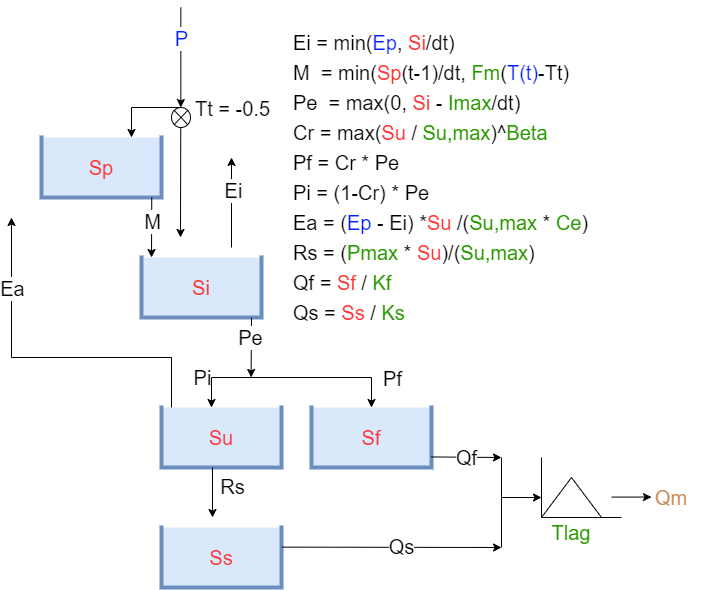
The draw.io diagram docs/_images/model_layout.png in Daafip/ewatercycle-hbv, before a commit. Source tidied: cells renumbered, new cells last; positions are measured from the earlier drawing's top-left corner, leaving out a move shared by most shapes.
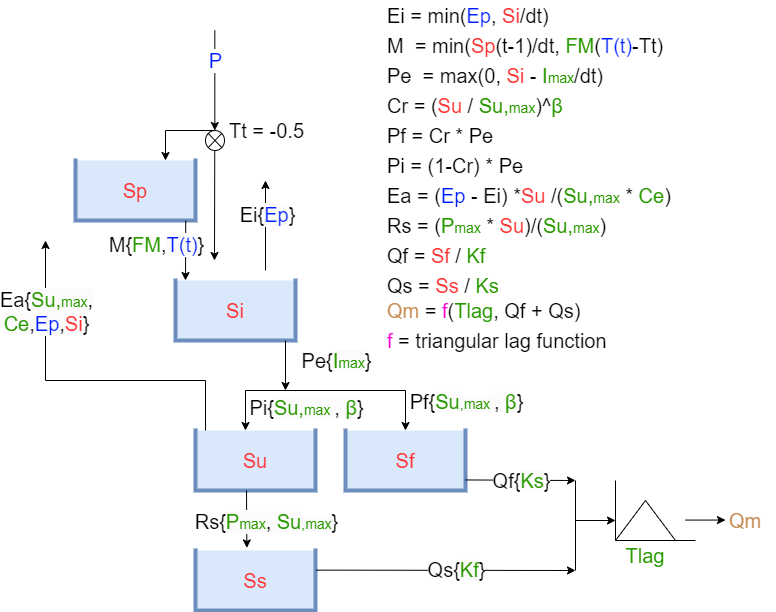
Later version of the same file.

Commit message:
updating model image in docs, typo

What changed in the source:
```diff
@@ -5,16 +5,16 @@
     <mxCell id="2" value="Si" style="shape=partialRectangle;whiteSpace=wrap;html=1;bottom=1;right=1;left=1;top=0;fillColor=#dae8fc;routingCenterX=-0.5;strokeColor=#6c8ebf;strokeWidth=4;fontSize=20;fontColor=#FF3333;" parent="1" vertex="1">
-      <mxGeometry x="130" y="250" width="120" height="60" as="geometry" />
+      <mxGeometry x="70" y="300" width="120" height="60" as="geometry" />
     </mxCell>
     <mxCell id="3" value="Su" style="shape=partialRectangle;whiteSpace=wrap;html=1;bottom=1;right=1;left=1;top=0;fillColor=#dae8fc;routingCenterX=-0.5;strokeColor=#6c8ebf;strokeWidth=4;fontSize=20;fontColor=#FF3333;" parent="1" vertex="1">
-      <mxGeometry x="150" y="400" width="120" height="60" as="geometry" />
+      <mxGeometry x="90" y="450" width="120" height="60" as="geometry" />
     </mxCell>
-    <mxCell id="4" style="endArrow=classic;html=1;rounded=0;entryX=0.585;entryY=-0.001;entryDx=0;entryDy=0;entryPerimeter=0;fontSize=20;" parent="1" edge="1">
+    <mxCell id="4" style="endArrow=classic;html=1;rounded=0;fontSize=20;" parent="1" edge="1">
       <mxGeometry relative="1" as="geometry">
-        <mxPoint x="240" y="310" as="sourcePoint" />
-        <mxPoint x="239.6" y="369.9" as="targetPoint" />
+        <mxPoint x="180" y="360" as="sourcePoint" />
+        <mxPoint x="180" y="410" as="targetPoint" />
       </mxGeometry>
     </mxCell>
-    <mxCell id="5" value="Pe" style="edgeLabel;html=1;align=center;verticalAlign=middle;fontSize=20;" parent="4" vertex="1">
+    <mxCell id="5" value="Pe{&lt;span style=&quot;color: rgb(41, 153, 0); text-align: left; text-wrap: wrap; background-color: rgb(251, 251, 251);&quot;&gt;I&lt;font style=&quot;font-size: 14px;&quot;&gt;max&lt;/font&gt;&lt;/span&gt;}" style="edgeLabel;html=1;align=center;verticalAlign=middle;fontSize=20;" parent="4" vertex="1">
       <mxGeometry x="-0.14" y="-1" relative="1" as="geometry">
-        <mxPoint y="-6" as="offset" />
+        <mxPoint x="51" y="-2" as="offset" />
       </mxGeometry>
@@ -22,19 +22,18 @@
     <mxCell id="6" value="&lt;font color=&quot;#ff3333&quot;&gt;Sp&lt;/font&gt;" style="shape=partialRectangle;whiteSpace=wrap;html=1;bottom=1;right=1;left=1;top=0;fillColor=#dae8fc;routingCenterX=-0.5;strokeColor=#6c8ebf;strokeWidth=4;fontSize=20;" parent="1" vertex="1">
-      <mxGeometry x="30" y="130" width="120" height="60" as="geometry" />
+      <mxGeometry x="-30" y="180" width="120" height="60" as="geometry" />
     </mxCell>
     <mxCell id="7" value="Sf" style="shape=partialRectangle;whiteSpace=wrap;html=1;bottom=1;right=1;left=1;top=0;fillColor=#dae8fc;routingCenterX=-0.5;strokeColor=#6c8ebf;strokeWidth=4;fontSize=20;fontColor=#FF3333;" parent="1" vertex="1">
-      <mxGeometry x="300" y="400" width="120" height="60" as="geometry" />
+      <mxGeometry x="240" y="450" width="120" height="60" as="geometry" />
     </mxCell>
     <mxCell id="8" value="Ss" style="shape=partialRectangle;whiteSpace=wrap;html=1;bottom=1;right=1;left=1;top=0;fillColor=#dae8fc;routingCenterX=-0.5;strokeColor=#6c8ebf;strokeWidth=4;fontSize=20;fontColor=#FF3333;" parent="1" vertex="1">
-      <mxGeometry x="150" y="520" width="120" height="60" as="geometry" />
+      <mxGeometry x="90" y="570" width="120" height="60" as="geometry" />
     </mxCell>
-    <mxCell id="9" style="endArrow=classic;html=1;rounded=0;fontSize=20;" parent="1" edge="1">
+    <mxCell id="9" style="endArrow=classic;html=1;rounded=0;fontSize=20;entryX=0.428;entryY=-0.043;entryDx=0;entryDy=0;entryPerimeter=0;" parent="1" edge="1" target="8">
       <mxGeometry relative="1" as="geometry">
-        <mxPoint x="201" y="460" as="sourcePoint" />
-        <mxPoint x="201" y="510" as="targetPoint" />
+        <mxPoint x="141" y="510" as="sourcePoint" />
       </mxGeometry>
     </mxCell>
-    <mxCell id="10" value="Rs" style="edgeLabel;html=1;align=center;verticalAlign=middle;fontSize=20;" parent="9" vertex="1">
+    <mxCell id="10" value="Rs{&lt;span style=&quot;color: rgb(41, 153, 0); text-align: left; text-wrap: wrap; background-color: rgb(251, 251, 251);&quot;&gt;&lt;font style=&quot;font-size: 20px;&quot;&gt;P&lt;/font&gt;&lt;font style=&quot;font-size: 14px;&quot;&gt;max&lt;/font&gt;&lt;/span&gt;&lt;span style=&quot;text-align: left; text-wrap: wrap; background-color: rgb(251, 251, 251);&quot;&gt;,&amp;nbsp;&lt;/span&gt;&lt;span style=&quot;color: rgb(41, 153, 0); text-align: left; text-wrap: wrap; background-color: rgb(251, 251, 251);&quot;&gt;&lt;font style=&quot;font-size: 20px;&quot;&gt;Su&lt;/font&gt;&lt;/span&gt;&lt;span style=&quot;color: rgb(41, 153, 0); text-align: left; text-wrap: wrap; background-color: rgb(251, 251, 251); font-size: 14px;&quot;&gt;,&lt;font style=&quot;font-size: 14px;&quot;&gt;max&lt;/font&gt;&lt;/span&gt;}" style="edgeLabel;html=1;align=center;verticalAlign=middle;fontSize=20;" parent="9" vertex="1">
       <mxGeometry x="-0.13" y="1" relative="1" as="geometry">
-        <mxPoint x="18" y="-3" as="offset" />
+        <mxPoint x="18" y="5" as="offset" />
       </mxGeometry>
@@ -43,6 +42,6 @@
       <mxGeometry relative="1" as="geometry">
-        <mxPoint x="490" y="540" as="targetPoint" />
+        <mxPoint x="470" y="590" as="targetPoint" />
       </mxGeometry>
     </mxCell>
-    <mxCell id="12" value="Qs" style="edgeLabel;html=1;align=center;verticalAlign=middle;fontSize=20;" parent="11" vertex="1">
+    <mxCell id="12" value="Qs{&lt;span style=&quot;color: rgb(41, 153, 0); text-align: left; text-wrap: wrap; background-color: rgb(251, 251, 251);&quot;&gt;Kf&lt;/span&gt;}" style="edgeLabel;html=1;align=center;verticalAlign=middle;fontSize=20;" parent="11" vertex="1">
       <mxGeometry x="0.08" y="1" relative="1" as="geometry" />
@@ -51,4 +50,4 @@
       <mxGeometry relative="1" as="geometry">
-        <mxPoint x="490" y="540" as="sourcePoint" />
-        <mxPoint x="490" y="450" as="targetPoint" />
+        <mxPoint x="470" y="590" as="sourcePoint" />
+        <mxPoint x="470" y="500" as="targetPoint" />
       </mxGeometry>
@@ -57,6 +56,6 @@
       <mxGeometry relative="1" as="geometry">
-        <mxPoint x="490" y="450" as="targetPoint" />
+        <mxPoint x="470" y="500" as="targetPoint" />
       </mxGeometry>
     </mxCell>
-    <mxCell id="15" value="Qf" style="edgeLabel;html=1;align=center;verticalAlign=middle;fontSize=20;" parent="14" vertex="1">
+    <mxCell id="15" value="Qf{&lt;span style=&quot;color: rgb(41, 153, 0); text-align: left; text-wrap: wrap; background-color: rgb(251, 251, 251);&quot;&gt;Ks&lt;/span&gt;}" style="edgeLabel;html=1;align=center;verticalAlign=middle;fontSize=20;" parent="14" vertex="1">
       <mxGeometry x="0.01" relative="1" as="geometry" />
@@ -65,4 +64,4 @@
       <mxGeometry relative="1" as="geometry">
-        <mxPoint x="490" y="490" as="sourcePoint" />
-        <mxPoint x="530" y="490" as="targetPoint" />
+        <mxPoint x="470" y="540" as="sourcePoint" />
+        <mxPoint x="510" y="540" as="targetPoint" />
       </mxGeometry>
@@ -71,4 +70,4 @@
       <mxGeometry relative="1" as="geometry">
-        <mxPoint x="200" y="370" as="sourcePoint" />
-        <mxPoint x="360" y="370" as="targetPoint" />
+        <mxPoint x="140" y="410" as="sourcePoint" />
+        <mxPoint x="300" y="410" as="targetPoint" />
       </mxGeometry>
@@ -77,8 +76,8 @@
       <mxGeometry relative="1" as="geometry">
-        <mxPoint x="360" y="370" as="sourcePoint" />
+        <mxPoint x="300" y="410" as="sourcePoint" />
       </mxGeometry>
     </mxCell>
-    <mxCell id="19" value="Pf" style="edgeLabel;html=1;align=center;verticalAlign=middle;fontSize=20;" parent="18" vertex="1">
+    <mxCell id="19" value="Pf{&lt;span style=&quot;color: rgb(41, 153, 0); text-align: left; text-wrap: wrap; background-color: rgb(251, 251, 251);&quot;&gt;&lt;font style=&quot;font-size: 20px;&quot;&gt;Su&lt;/font&gt;&lt;/span&gt;&lt;span style=&quot;color: rgb(41, 153, 0); text-align: left; text-wrap: wrap; background-color: rgb(251, 251, 251); font-size: 14px;&quot;&gt;,&lt;font style=&quot;font-size: 14px;&quot;&gt;max&amp;nbsp;&lt;/font&gt;&lt;/span&gt;&lt;span style=&quot;text-align: left; text-wrap: wrap; background-color: rgb(251, 251, 251);&quot;&gt;,&lt;/span&gt;&lt;span style=&quot;color: rgb(41, 153, 0); text-align: left; text-wrap: wrap; background-color: rgb(251, 251, 251);&quot;&gt;&amp;nbsp;&lt;/span&gt;&lt;span style=&quot;color: rgb(41, 153, 0); text-align: left; text-wrap: wrap; background-color: rgb(251, 251, 251);&quot;&gt;β&lt;/span&gt;}" style="edgeLabel;html=1;align=center;verticalAlign=middle;fontSize=20;" parent="18" vertex="1">
       <mxGeometry x="-0.14" y="1" relative="1" as="geometry">
-        <mxPoint x="19" y="-13" as="offset" />
+        <mxPoint x="59" y="-7" as="offset" />
       </mxGeometry>
@@ -87,9 +86,9 @@
       <mxGeometry relative="1" as="geometry">
-        <mxPoint x="200" y="370" as="sourcePoint" />
-        <mxPoint x="200" y="400" as="targetPoint" />
+        <mxPoint x="140" y="410" as="sourcePoint" />
+        <mxPoint x="140" y="450" as="targetPoint" />
       </mxGeometry>
     </mxCell>
-    <mxCell id="21" value="Pi" style="edgeLabel;html=1;align=center;verticalAlign=middle;fontSize=20;" parent="20" vertex="1">
+    <mxCell id="21" value="Pi{&lt;span style=&quot;color: rgb(41, 153, 0); text-align: left; text-wrap: wrap; background-color: rgb(251, 251, 251);&quot;&gt;Su,&lt;font style=&quot;font-size: 14px;&quot;&gt;max&amp;nbsp;&lt;/font&gt;&lt;/span&gt;&lt;span style=&quot;text-align: left; text-wrap: wrap; background-color: rgb(251, 251, 251);&quot;&gt;,&lt;/span&gt;&lt;span style=&quot;color: rgb(41, 153, 0); text-align: left; text-wrap: wrap; background-color: rgb(251, 251, 251);&quot;&gt;&amp;nbsp;&lt;/span&gt;&lt;span style=&quot;color: rgb(41, 153, 0); text-align: left; text-wrap: wrap; background-color: rgb(251, 251, 251);&quot;&gt;β&lt;/span&gt;}" style="edgeLabel;html=1;align=center;verticalAlign=middle;fontSize=20;" parent="20" vertex="1">
       <mxGeometry x="0.17" y="4" relative="1" as="geometry">
-        <mxPoint x="-14" y="-18" as="offset" />
+        <mxPoint x="56" y="-8" as="offset" />
       </mxGeometry>
@@ -98,4 +97,4 @@
       <mxGeometry relative="1" as="geometry">
-        <mxPoint x="530" y="510" as="sourcePoint" />
-        <mxPoint x="530" y="450" as="targetPoint" />
+        <mxPoint x="510" y="560" as="sourcePoint" />
+        <mxPoint x="510" y="500" as="targetPoint" />
       </mxGeometry>
@@ -104,4 +103,4 @@
       <mxGeometry relative="1" as="geometry">
-        <mxPoint x="610" y="510" as="sourcePoint" />
-        <mxPoint x="530" y="510" as="targetPoint" />
+        <mxPoint x="590" y="560" as="sourcePoint" />
+        <mxPoint x="510" y="560" as="targetPoint" />
       </mxGeometry>
@@ -109,3 +108,3 @@
     <mxCell id="24" style="triangle;whiteSpace=wrap;html=1;rotation=-90;fontSize=20;" parent="1" vertex="1">
-      <mxGeometry x="540" y="460" width="40" height="60" as="geometry" />
+      <mxGeometry x="520" y="510" width="40" height="60" as="geometry" />
     </mxCell>
@@ -113,4 +112,4 @@
       <mxGeometry relative="1" as="geometry">
-        <mxPoint x="600" y="489.6" as="sourcePoint" />
-        <mxPoint x="640" y="489.6" as="targetPoint" />
+        <mxPoint x="580" y="539.6" as="sourcePoint" />
+        <mxPoint x="620" y="539.6" as="targetPoint" />
       </mxGeometry>
@@ -118,6 +117,6 @@
     <mxCell id="26" value="Qm" style="text;html=1;align=center;verticalAlign=middle;whiteSpace=wrap;rounded=0;fontSize=20;fontColor=#C78D57;" parent="1" vertex="1">
-      <mxGeometry x="630" y="475" width="60" height="30" as="geometry" />
+      <mxGeometry x="610" y="525" width="60" height="30" as="geometry" />
     </mxCell>
     <mxCell id="27" value="Tlag" style="text;html=1;align=center;verticalAlign=middle;whiteSpace=wrap;rounded=0;fontSize=20;fontColor=#299900;" parent="1" vertex="1">
-      <mxGeometry x="530" y="510" width="60" height="30" as="geometry" />
+      <mxGeometry x="510" y="560" width="60" height="30" as="geometry" />
     </mxCell>
@@ -125,7 +124,7 @@
       <mxGeometry relative="1" as="geometry">
-        <mxPoint x="220" y="240" as="sourcePoint" />
-        <mxPoint x="220" y="150" as="targetPoint" />
+        <mxPoint x="160" y="290" as="sourcePoint" />
+        <mxPoint x="160" y="200" as="targetPoint" />
       </mxGeometry>
     </mxCell>
-    <mxCell id="29" value="Ei" style="edgeLabel;html=1;align=center;verticalAlign=middle;fontSize=20;" parent="28" vertex="1">
+    <mxCell id="29" value="Ei{&lt;span style=&quot;color: rgb(0, 30, 255); text-align: left; text-wrap: wrap; background-color: rgb(251, 251, 251);&quot;&gt;Ep&lt;/span&gt;}" style="edgeLabel;html=1;align=center;verticalAlign=middle;fontSize=20;" parent="28" vertex="1">
       <mxGeometry x="-0.37" y="-1" relative="1" as="geometry">
@@ -136,4 +135,4 @@
       <mxGeometry relative="1" as="geometry">
-        <mxPoint x="169.3" as="sourcePoint" />
-        <mxPoint x="169.3" y="100" as="targetPoint" />
+        <mxPoint x="109.3" y="50" as="sourcePoint" />
+        <mxPoint x="109.3" y="150" as="targetPoint" />
       </mxGeometry>
@@ -152,4 +151,4 @@
       <mxGeometry relative="1" as="geometry">
-        <mxPoint x="169.2" y="120" as="sourcePoint" />
-        <mxPoint x="169" y="230" as="targetPoint" />
+        <mxPoint x="109.2" y="170" as="sourcePoint" />
+        <mxPoint x="109" y="280" as="targetPoint" />
       </mxGeometry>
@@ -157,3 +156,3 @@
     <mxCell id="34" style="verticalLabelPosition=bottom;verticalAlign=top;html=1;shape=mxgraph.flowchart.or;fontSize=20;" parent="1" vertex="1">
-      <mxGeometry x="160" y="100" width="19" height="20" as="geometry" />
+      <mxGeometry x="100" y="150" width="19" height="20" as="geometry" />
     </mxCell>
@@ -161,3 +160,3 @@
       <mxGeometry relative="1" as="geometry">
-        <mxPoint x="120" y="100" as="sourcePoint" />
+        <mxPoint x="60" y="150" as="sourcePoint" />
       </mxGeometry>
@@ -166,3 +165,3 @@
       <mxGeometry relative="1" as="geometry">
-        <mxPoint x="120" y="100" as="sourcePoint" />
+        <mxPoint x="60" y="150" as="sourcePoint" />
       </mxGeometry>
@@ -171,9 +170,9 @@
       <mxGeometry relative="1" as="geometry">
-        <mxPoint x="140.2" y="190" as="sourcePoint" />
-        <mxPoint x="140" y="250" as="targetPoint" />
+        <mxPoint x="80.2" y="240" as="sourcePoint" />
+        <mxPoint x="80" y="300" as="targetPoint" />
       </mxGeometry>
     </mxCell>
-    <mxCell id="38" value="&lt;font style=&quot;font-size: 20px;&quot;&gt;M&lt;/font&gt;" style="edgeLabel;html=1;align=center;verticalAlign=middle;fontSize=20;" parent="37" vertex="1">
+    <mxCell id="38" value="&lt;div style=&quot;text-align: left;&quot;&gt;M{&lt;font color=&quot;#299900&quot;&gt;FM&lt;/font&gt;,&lt;font color=&quot;#001eff&quot;&gt;&lt;span style=&quot;text-wrap: wrap; background-color: rgb(251, 251, 251);&quot;&gt;T(t)&lt;/span&gt;&lt;/font&gt;}&lt;/div&gt;" style="edgeLabel;html=1;align=center;verticalAlign=middle;fontSize=20;" parent="37" vertex="1">
       <mxGeometry x="-0.29" relative="1" as="geometry">
-        <mxPoint y="2" as="offset" />
+        <mxPoint x="-30" y="2" as="offset" />
       </mxGeometry>
@@ -182,7 +181,7 @@
       <mxGeometry relative="1" as="geometry">
-        <mxPoint x="160" y="400" as="sourcePoint" />
-        <mxPoint y="210" as="targetPoint" />
+        <mxPoint x="100" y="450" as="sourcePoint" />
+        <mxPoint x="-60" y="260" as="targetPoint" />
         <Array as="points">
-          <mxPoint x="160" y="350" />
-          <mxPoint y="350" />
+          <mxPoint x="100" y="400" />
+          <mxPoint x="-60" y="400" />
         </Array>
@@ -190,3 +189,3 @@
     </mxCell>
-    <mxCell id="40" value="Ea" style="edgeLabel;html=1;align=center;verticalAlign=middle;fontSize=20;" parent="39" vertex="1">
+    <mxCell id="40" value="Ea{&lt;span style=&quot;text-align: left; text-wrap: wrap; background-color: rgb(251, 251, 251); color: rgb(41, 153, 0);&quot;&gt;Su,&lt;font style=&quot;font-size: 14px;&quot;&gt;max&lt;/font&gt;&lt;/span&gt;&lt;span style=&quot;text-align: left; text-wrap: wrap; background-color: rgb(251, 251, 251);&quot;&gt;,&lt;/span&gt;&lt;div&gt;&lt;span style=&quot;color: rgb(41, 153, 0); text-align: left; text-wrap: wrap; background-color: rgb(251, 251, 251);&quot;&gt;Ce&lt;/span&gt;&lt;span style=&quot;text-align: left; text-wrap: wrap; background-color: rgb(251, 251, 251);&quot;&gt;,&lt;/span&gt;&lt;span style=&quot;color: rgb(0, 30, 255); text-align: left; text-wrap: wrap; background-color: rgb(251, 251, 251);&quot;&gt;Ep&lt;/span&gt;&lt;span style=&quot;text-align: left; text-wrap: wrap; background-color: rgb(251, 251, 251);&quot;&gt;,&lt;/span&gt;&lt;span style=&quot;color: rgb(255, 51, 51); text-align: left; text-wrap: wrap; background-color: rgb(251, 251, 251);&quot;&gt;Si&lt;/span&gt;}&lt;/div&gt;" style="edgeLabel;html=1;align=center;verticalAlign=middle;fontSize=20;" parent="39" vertex="1">
       <mxGeometry x="-0.37" y="-1" relative="1" as="geometry">
@@ -198,9 +197,9 @@
     </mxCell>
-    <mxCell id="42" value="&lt;font color=&quot;#000000&quot;&gt;M&amp;nbsp; = min(&lt;/font&gt;&lt;font color=&quot;#ff3333&quot;&gt;Sp&lt;/font&gt;&lt;font color=&quot;#000000&quot;&gt;(t-1)/dt, &lt;/font&gt;Fm&lt;font color=&quot;#000000&quot;&gt;(&lt;/font&gt;&lt;font color=&quot;#001eff&quot;&gt;T(t)&lt;/font&gt;&lt;font color=&quot;#000000&quot;&gt;-Tt)&lt;/font&gt;" style="text;html=1;align=left;verticalAlign=middle;whiteSpace=wrap;rounded=0;fontSize=20;fontColor=#299900;" parent="1" vertex="1">
+    <mxCell id="42" value="&lt;font color=&quot;#000000&quot;&gt;M&amp;nbsp; = min(&lt;/font&gt;&lt;font color=&quot;#ff3333&quot;&gt;Sp&lt;/font&gt;&lt;font color=&quot;#000000&quot;&gt;(t-1)/dt, &lt;/font&gt;FM&lt;font color=&quot;#000000&quot;&gt;(&lt;/font&gt;&lt;font color=&quot;#001eff&quot;&gt;T(t)&lt;/font&gt;&lt;font color=&quot;#000000&quot;&gt;-Tt)&lt;/font&gt;" style="text;html=1;align=left;verticalAlign=middle;whiteSpace=wrap;rounded=0;fontSize=20;fontColor=#299900;" parent="1" vertex="1">
       <mxGeometry x="280" y="50" width="320" height="30" as="geometry" />
     </mxCell>
-    <mxCell id="43" value="&lt;font color=&quot;#000000&quot;&gt;Pe&amp;nbsp; = max(0,&amp;nbsp;&lt;/font&gt;&lt;font color=&quot;#ff3333&quot;&gt;Si&amp;nbsp;&lt;/font&gt;&lt;font color=&quot;#000000&quot;&gt;-&amp;nbsp;&lt;/font&gt;Imax&lt;font color=&quot;#000000&quot;&gt;/dt)&lt;/font&gt;" style="text;html=1;align=left;verticalAlign=middle;whiteSpace=wrap;rounded=0;fontSize=20;fontColor=#299900;" parent="1" vertex="1">
+    <mxCell id="43" value="&lt;font color=&quot;#000000&quot;&gt;Pe&amp;nbsp; = max(0,&amp;nbsp;&lt;/font&gt;&lt;font color=&quot;#ff3333&quot;&gt;Si&amp;nbsp;&lt;/font&gt;&lt;font color=&quot;#000000&quot;&gt;-&amp;nbsp;&lt;/font&gt;I&lt;font style=&quot;font-size: 14px;&quot;&gt;max&lt;/font&gt;&lt;font color=&quot;#000000&quot;&gt;/dt)&lt;/font&gt;" style="text;html=1;align=left;verticalAlign=middle;whiteSpace=wrap;rounded=0;fontSize=20;fontColor=#299900;" parent="1" vertex="1">
       <mxGeometry x="280" y="80" width="280" height="30" as="geometry" />
     </mxCell>
-    <mxCell id="44" value="&lt;font color=&quot;#000000&quot;&gt;Cr = max(&lt;/font&gt;&lt;font color=&quot;#ff3333&quot;&gt;Su&amp;nbsp;&lt;/font&gt;&lt;font color=&quot;#000000&quot;&gt;/ &lt;/font&gt;Su,max&lt;font color=&quot;#000000&quot;&gt;)^&lt;/font&gt;Beta" style="text;html=1;align=left;verticalAlign=middle;whiteSpace=wrap;rounded=0;fontSize=20;fontColor=#299900;" parent="1" vertex="1">
+    <mxCell id="44" value="&lt;font color=&quot;#000000&quot;&gt;Cr = (&lt;/font&gt;&lt;font color=&quot;#ff3333&quot;&gt;Su&amp;nbsp;&lt;/font&gt;&lt;font color=&quot;#000000&quot;&gt;/ &lt;/font&gt;Su,&lt;font style=&quot;font-size: 14px;&quot;&gt;max&lt;/font&gt;&lt;font color=&quot;#000000&quot;&gt;)^&lt;/font&gt;β" style="text;html=1;align=left;verticalAlign=middle;whiteSpace=wrap;rounded=0;fontSize=20;fontColor=#299900;" parent="1" vertex="1">
       <mxGeometry x="280" y="110" width="320" height="30" as="geometry" />
@@ -213,6 +212,6 @@
     </mxCell>
-    <mxCell id="47" value="&lt;font color=&quot;#000000&quot;&gt;Ea = (&lt;/font&gt;&lt;span style=&quot;color: rgb(0, 30, 255);&quot;&gt;Ep&amp;nbsp;&lt;/span&gt;&lt;font color=&quot;#000000&quot;&gt;- Ei) *&lt;/font&gt;&lt;font color=&quot;#ff3333&quot;&gt;Su&amp;nbsp;&lt;/font&gt;&lt;font color=&quot;#000000&quot;&gt;/(&lt;/font&gt;Su,max&amp;nbsp;&lt;span style=&quot;color: rgb(0, 0, 0);&quot;&gt;*&amp;nbsp;&lt;/span&gt;Ce&lt;font color=&quot;#000000&quot;&gt;)&lt;/font&gt;" style="text;html=1;align=left;verticalAlign=middle;whiteSpace=wrap;rounded=0;fontSize=20;fontColor=#299900;" parent="1" vertex="1">
+    <mxCell id="47" value="&lt;font color=&quot;#000000&quot;&gt;Ea = (&lt;/font&gt;&lt;span style=&quot;color: rgb(0, 30, 255);&quot;&gt;Ep&amp;nbsp;&lt;/span&gt;&lt;font color=&quot;#000000&quot;&gt;- Ei) *&lt;/font&gt;&lt;font color=&quot;#ff3333&quot;&gt;Su&amp;nbsp;&lt;/font&gt;&lt;font color=&quot;#000000&quot;&gt;/(&lt;/font&gt;Su,&lt;font style=&quot;font-size: 14px;&quot;&gt;max&lt;/font&gt;&amp;nbsp;&lt;span style=&quot;color: rgb(0, 0, 0);&quot;&gt;*&amp;nbsp;&lt;/span&gt;Ce&lt;font color=&quot;#000000&quot;&gt;)&lt;/font&gt;" style="text;html=1;align=left;verticalAlign=middle;whiteSpace=wrap;rounded=0;fontSize=20;fontColor=#299900;" parent="1" vertex="1">
       <mxGeometry x="280" y="200" width="320" height="30" as="geometry" />
     </mxCell>
-    <mxCell id="48" value="&lt;font color=&quot;#000000&quot;&gt;Rs = (&lt;/font&gt;Pmax&amp;nbsp;&lt;span style=&quot;color: rgb(0, 0, 0);&quot;&gt;*&amp;nbsp;&lt;/span&gt;&lt;span style=&quot;color: rgb(255, 51, 51);&quot;&gt;Su&lt;/span&gt;&lt;font color=&quot;#000000&quot;&gt;)&lt;/font&gt;&lt;font color=&quot;#000000&quot;&gt;/(&lt;/font&gt;Su,max&lt;span style=&quot;color: rgb(0, 0, 0);&quot;&gt;)&lt;/span&gt;" style="text;html=1;align=left;verticalAlign=middle;whiteSpace=wrap;rounded=0;fontSize=20;fontColor=#299900;" parent="1" vertex="1">
+    <mxCell id="48" value="&lt;font color=&quot;#000000&quot;&gt;Rs = (&lt;/font&gt;P&lt;font style=&quot;font-size: 14px;&quot;&gt;max&lt;/font&gt;&amp;nbsp;&lt;span style=&quot;color: rgb(0, 0, 0);&quot;&gt;*&amp;nbsp;&lt;/span&gt;&lt;span style=&quot;color: rgb(255, 51, 51);&quot;&gt;Su&lt;/span&gt;&lt;font color=&quot;#000000&quot;&gt;)&lt;/font&gt;&lt;font color=&quot;#000000&quot;&gt;/(&lt;/font&gt;Su,&lt;font style=&quot;font-size: 14px;&quot;&gt;max&lt;/font&gt;&lt;span style=&quot;color: rgb(0, 0, 0);&quot;&gt;)&lt;/span&gt;" style="text;html=1;align=left;verticalAlign=middle;whiteSpace=wrap;rounded=0;fontSize=20;fontColor=#299900;" parent="1" vertex="1">
       <mxGeometry x="280" y="230" width="320" height="30" as="geometry" />
@@ -225,2 +224,8 @@
     </mxCell>
+    <mxCell id="51" value="&lt;span style=&quot;color: rgb(199, 141, 87); text-align: center;&quot;&gt;Qm&lt;/span&gt;&lt;font color=&quot;#000000&quot;&gt;&amp;nbsp;= &lt;/font&gt;&lt;font color=&quot;#ff00d0&quot;&gt;f&lt;/font&gt;&lt;font color=&quot;#000000&quot;&gt;(&lt;/font&gt;&lt;span style=&quot;text-align: center;&quot;&gt;Tlag&lt;/span&gt;&lt;font color=&quot;#000000&quot;&gt;,&amp;nbsp;&lt;/font&gt;&lt;span style=&quot;color: rgb(0, 0, 0);&quot;&gt;Qf + Qs)&lt;/span&gt;" style="text;html=1;align=left;verticalAlign=middle;whiteSpace=wrap;rounded=0;fontSize=20;fontColor=#299900;" parent="1" vertex="1">
+      <mxGeometry x="280" y="315" width="320" height="30" as="geometry" />
+    </mxCell>
+    <mxCell id="52" value="&lt;span style=&quot;color: rgb(255, 0, 208);&quot;&gt;f&lt;/span&gt;&lt;font color=&quot;#000000&quot;&gt;&amp;nbsp;= triangular lag function&lt;/font&gt;" style="text;html=1;align=left;verticalAlign=middle;whiteSpace=wrap;rounded=0;fontSize=20;fontColor=#299900;" parent="1" vertex="1">
+      <mxGeometry x="280" y="345" width="320" height="30" as="geometry" />
+    </mxCell>
   </root>
```
